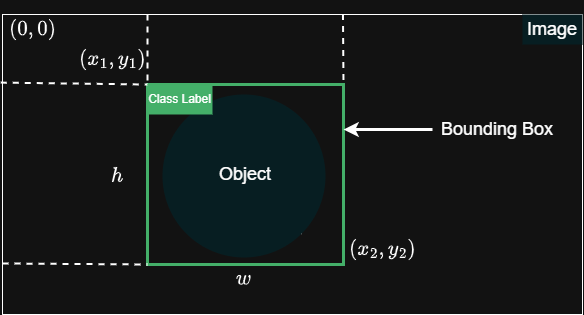
Above: chapters/kidney_stones/bounding_box.drawio.png in Brianhulela/ebook_object_detection (draw.io), before the change. Source tidied: cells renumbered, new cells last; positions are measured from the earlier drawing's top-left corner, leaving out a move shared by most shapes.
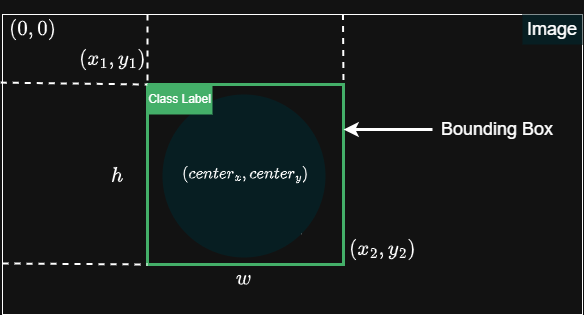
After the change.

Commit message:
Updated bounding box illustration image

Change to the diagram source:
```diff
@@ -36,7 +36,7 @@
     <mxCell id="11" value="Bounding Box" style="text;html=1;align=center;verticalAlign=middle;whiteSpace=wrap;rounded=0;fontSize=18;" parent="1" vertex="1">
       <mxGeometry x="430" y="100" width="130" height="30" as="geometry" />
     </mxCell>
-    <mxCell id="12" value="Object" style="text;html=1;align=center;verticalAlign=middle;whiteSpace=wrap;rounded=0;fontSize=18;" parent="1" vertex="1">
+    <mxCell id="12" value="&lt;font style=&quot;font-size: 14px;&quot;&gt;$$(center_x, center_y)$$&lt;/font&gt;" style="text;html=1;align=center;verticalAlign=middle;whiteSpace=wrap;rounded=0;fontSize=18;" parent="1" vertex="1">
       <mxGeometry x="213" y="145" width="60" height="30" as="geometry" />
     </mxCell>
     <mxCell id="13" style="endArrow=classic;html=1;rounded=0;entryX=1;entryY=0.25;entryDx=0;entryDy=0;exitX=0;exitY=0.5;exitDx=0;exitDy=0;strokeWidth=3;" parent="1" edge="1" source="11" target="3">
```
